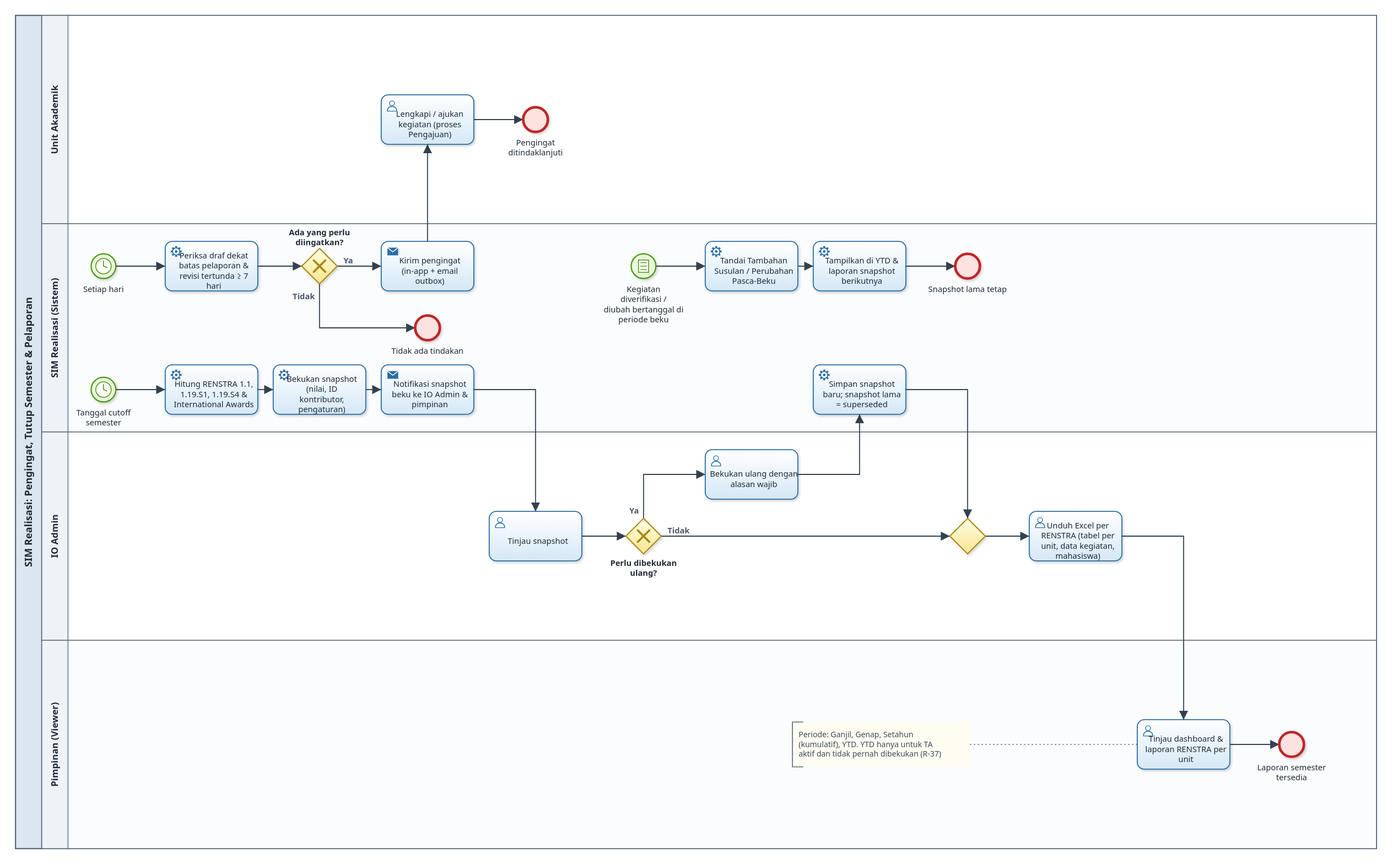
The BPMN diagram docs/bpmn/sim-realisasi-tutup-semester.svg in zefanyakharisma-cell/SIM_Realisasi, before a commit. Its source is kept beside it as docs/bpmn/sim-realisasi-tutup-semester.bpmn. Ids are renumbered.
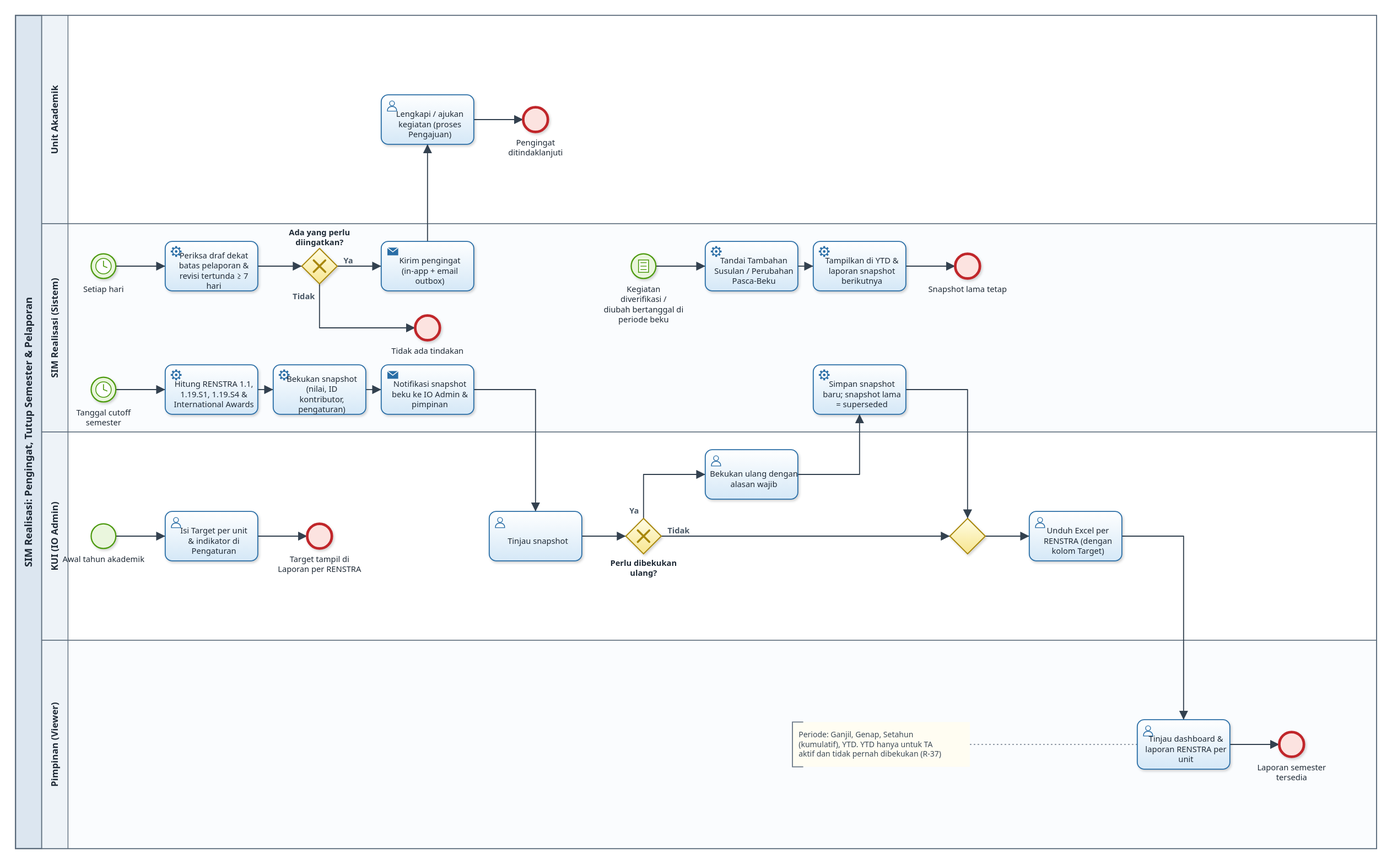
After the commit.

Commit message:
docs: business process and ERD follow Revisi V.1 round 2 and Target RENSTRA

The edit, as a diff of the source:
```diff
@@ -24,7 +24,10 @@
         <bpmn:flowNodeRef>t_next</bpmn:flowNodeRef>
         <bpmn:flowNodeRef>e_late</bpmn:flowNodeRef>
       </bpmn:lane>
-      <bpmn:lane id="lane_admin" name="IO Admin">
+      <bpmn:lane id="lane_admin" name="KUI (IO Admin)">
+        <bpmn:flowNodeRef>s_target</bpmn:flowNodeRef>
+        <bpmn:flowNodeRef>t_target</bpmn:flowNodeRef>
+        <bpmn:flowNodeRef>e_target</bpmn:flowNodeRef>
         <bpmn:flowNodeRef>t_check</bpmn:flowNodeRef>
         <bpmn:flowNodeRef>g_refreeze</bpmn:flowNodeRef>
         <bpmn:flowNodeRef>t_reason</bpmn:flowNodeRef>
@@ -77,55 +80,65 @@
     </bpmn:serviceTask>
     <bpmn:sendTask id="t_notify" name="Notifikasi snapshot beku ke IO Admin &amp; pimpinan">
       <bpmn:incoming>Flow_9</bpmn:incoming>
+      <bpmn:outgoing>Flow_12</bpmn:outgoing>
+    </bpmn:sendTask>
+    <bpmn:startEvent id="s_target" name="Awal tahun akademik">
       <bpmn:outgoing>Flow_10</bpmn:outgoing>
-    </bpmn:sendTask>
-    <bpmn:userTask id="t_check" name="Tinjau snapshot">
+    </bpmn:startEvent>
+    <bpmn:userTask id="t_target" name="Isi Target per unit &amp; indikator di Pengaturan">
       <bpmn:incoming>Flow_10</bpmn:incoming>
       <bpmn:outgoing>Flow_11</bpmn:outgoing>
     </bpmn:userTask>
+    <bpmn:endEvent id="e_target" name="Target tampil di Laporan per RENSTRA">
+      <bpmn:incoming>Flow_11</bpmn:incoming>
+    </bpmn:endEvent>
+    <bpmn:userTask id="t_check" name="Tinjau snapshot">
+      <bpmn:incoming>Flow_12</bpmn:incoming>
+      <bpmn:outgoing>Flow_13</bpmn:outgoing>
+    </bpmn:userTask>
     <bpmn:exclusiveGateway id="g_refreeze" name="Perlu dibekukan ulang?">
-      <bpmn:incoming>Flow_11</bpmn:incoming>
-      <bpmn:outgoing>Flow_12</bpmn:outgoing>
-      <bpmn:outgoing>Flow_13</bpmn:outgoing>
+      <bpmn:incoming>Flow_13</bpmn:incoming>
+      <bpmn:outgoing>Flow_14</bpmn:outgoing>
+      <bpmn:outgoing>Flow_15</bpmn:outgoing>
     </bpmn:exclusiveGateway>
     <bpmn:userTask id="t_reason" name="Bekukan ulang dengan alasan wajib">
-      <bpmn:incoming>Flow_12</bpmn:incoming>
-      <bpmn:outgoing>Flow_14</bpmn:outgoing>
+      <bpmn:incoming>Flow_14</bpmn:incoming>
+      <bpmn:outgoing>Flow_16</bpmn:outgoing>
     </bpmn:userTask>
     <bpmn:serviceTask id="t_supersede" name="Simpan snapshot baru; snapshot lama = superseded">
-      <bpmn:incoming>Flow_14</bpmn:incoming>
-      <bpmn:outgoing>Flow_15</bpmn:outgoing>
+      <bpmn:incoming>Flow_16</bpmn:incoming>
+      <bpmn:outgoing>Flow_17</bpmn:outgoing>
     </bpmn:serviceTask>
     <bpmn:exclusiveGateway id="g_m" name="">
-      <bpmn:incoming>Flow_13</bpmn:incoming>
       <bpmn:incoming>Flow_15</bpmn:incoming>
-      <bpmn:outgoing>Flow_16</bpmn:outgoing>
+      <bpmn:incoming>Flow_17</bpmn:incoming>
+      <bpmn:outgoing>Flow_18</bpmn:outgoing>
     </bpmn:exclusiveGateway>
-    <bpmn:userTask id="t_export" name="Unduh Excel per RENSTRA (tabel per unit, data kegiatan, mahasiswa)">
-      <bpmn:incoming>Flow_16</bpmn:incoming>
-      <bpmn:outgoing>Flow_17</bpmn:outgoing>
+    <bpmn:userTask id="t_export" name="Unduh Excel per RENSTRA (dengan kolom Target)">
+      <bpmn:incoming>Flow_18</bpmn:incoming>
+      <bpmn:outgoing>Flow_19</bpmn:outgoing>
     </bpmn:userTask>
     <bpmn:userTask id="t_dash" name="Tinjau dashboard &amp; laporan RENSTRA per unit">
-      <bpmn:incoming>Flow_17</bpmn:incoming>
-      <bpmn:outgoing>Flow_18</bpmn:outgoing>
+      <bpmn:incoming>Flow_19</bpmn:incoming>
+      <bpmn:outgoing>Flow_20</bpmn:outgoing>
     </bpmn:userTask>
     <bpmn:endEvent id="e_report" name="Laporan semester tersedia">
-      <bpmn:incoming>Flow_18</bpmn:incoming>
+      <bpmn:incoming>Flow_20</bpmn:incoming>
     </bpmn:endEvent>
     <bpmn:startEvent id="s_late" name="Kegiatan diverifikasi / diubah bertanggal di periode beku">
-      <bpmn:outgoing>Flow_19</bpmn:outgoing>
+      <bpmn:outgoing>Flow_21</bpmn:outgoing>
       <bpmn:conditionalEventDefinition id="s_late_def"><bpmn:condition xsi:type="bpmn:tFormalExpression">activity_date within frozen window</bpmn:condition></bpmn:conditionalEventDefinition>
     </bpmn:startEvent>
     <bpmn:serviceTask id="t_flag" name="Tandai Tambahan Susulan / Perubahan Pasca-Beku">
-      <bpmn:incoming>Flow_19</bpmn:incoming>
-      <bpmn:outgoing>Flow_20</bpmn:outgoing>
+      <bpmn:incoming>Flow_21</bpmn:incoming>
+      <bpmn:outgoing>Flow_22</bpmn:outgoing>
     </bpmn:serviceTask>
     <bpmn:serviceTask id="t_next" name="Tampilkan di YTD &amp; laporan snapshot berikutnya">
-      <bpmn:incoming>Flow_20</bpmn:incoming>
-      <bpmn:outgoing>Flow_21</bpmn:outgoing>
+      <bpmn:incoming>Flow_22</bpmn:incoming>
+      <bpmn:outgoing>Flow_23</bpmn:outgoing>
     </bpmn:serviceTask>
     <bpmn:endEvent id="e_late" name="Snapshot lama tetap">
-      <bpmn:incoming>Flow_21</bpmn:incoming>
+      <bpmn:incoming>Flow_23</bpmn:incoming>
     </bpmn:endEvent>
     <bpmn:sequenceFlow id="Flow_1" sourceRef="s_daily" targetRef="t_scan" />
     <bpmn:sequenceFlow id="Flow_2" sourceRef="t_scan" targetRef="g_due" />
@@ -136,18 +149,20 @@
     <bpmn:sequenceFlow id="Flow_7" sourceRef="s_cutoff" targetRef="t_calc" />
     <bpmn:sequenceFlow id="Flow_8" sourceRef="t_calc" targetRef="t_freeze" />
     <bpmn:sequenceFlow id="Flow_9" sourceRef="t_freeze" targetRef="t_notify" />
-    <bpmn:sequenceFlow id="Flow_10" sourceRef="t_notify" targetRef="t_check" />
-    <bpmn:sequenceFlow id="Flow_11" sourceRef="t_check" targetRef="g_refreeze" />
-    <bpmn:sequenceFlow id="Flow_12" name="Ya" sourceRef="g_refreeze" targetRef="t_reason" />
-    <bpmn:sequenceFlow id="Flow_13" name="Tidak" sourceRef="g_refreeze" targetRef="g_m" />
-    <bpmn:sequenceFlow id="Flow_14" sourceRef="t_reason" targetRef="t_supersede" />
-    <bpmn:sequenceFlow id="Flow_15" sourceRef="t_supersede" targetRef="g_m" />
-    <bpmn:sequenceFlow id="Flow_16" sourceRef="g_m" targetRef="t_export" />
-    <bpmn:sequenceFlow id="Flow_17" sourceRef="t_export" targetRef="t_dash" />
-    <bpmn:sequenceFlow id="Flow_18" sourceRef="t_dash" targetRef="e_report" />
-    <bpmn:sequenceFlow id="Flow_19" sourceRef="s_late" targetRef="t_flag" />
-    <bpmn:sequenceFlow id="Flow_20" sourceRef="t_flag" targetRef="t_next" />
-    <bpmn:sequenceFlow id="Flow_21" sourceRef="t_next" targetRef="e_late" />
+    <bpmn:sequenceFlow id="Flow_10" sourceRef="s_target" targetRef="t_target" />
+    <bpmn:sequenceFlow id="Flow_11" sourceRef="t_target" targetRef="e_target" />
+    <bpmn:sequenceFlow id="Flow_12" sourceRef="t_notify" targetRef="t_check" />
+    <bpmn:sequenceFlow id="Flow_13" sourceRef="t_check" targetRef="g_refreeze" />
+    <bpmn:sequenceFlow id="Flow_14" name="Ya" sourceRef="g_refreeze" targetRef="t_reason" />
+    <bpmn:sequenceFlow id="Flow_15" name="Tidak" sourceRef="g_refreeze" targetRef="g_m" />
+    <bpmn:sequenceFlow id="Flow_16" sourceRef="t_reason" targetRef="t_supersede" />
+    <bpmn:sequenceFlow id="Flow_17" sourceRef="t_supersede" targetRef="g_m" />
+    <bpmn:sequenceFlow id="Flow_18" sourceRef="g_m" targetRef="t_export" />
+    <bpmn:sequenceFlow id="Flow_19" sourceRef="t_export" targetRef="t_dash" />
+    <bpmn:sequenceFlow id="Flow_20" sourceRef="t_dash" targetRef="e_report" />
+    <bpmn:sequenceFlow id="Flow_21" sourceRef="s_late" targetRef="t_flag" />
+    <bpmn:sequenceFlow id="Flow_22" sourceRef="t_flag" targetRef="t_next" />
+    <bpmn:sequenceFlow id="Flow_23" sourceRef="t_next" targetRef="e_late" />
     <bpmn:textAnnotation id="note_period"><bpmn:text>Periode: Ganjil, Genap, Setahun (kumulatif), YTD. YTD hanya untuk TA aktif dan tidak pernah dibekukan (R-37)</bpmn:text></bpmn:textAnnotation>
     <bpmn:association id="note_period_assoc" sourceRef="note_period" targetRef="t_dash" />
   </bpmn:process>
@@ -169,6 +184,9 @@
       <bpmndi:BPMNShape id="t_calc_di" bpmnElement="t_calc"><dc:Bounds x="214" y="473" width="120" height="64" /></bpmndi:BPMNShape>
       <bpmndi:BPMNShape id="t_freeze_di" bpmnElement="t_freeze"><dc:Bounds x="354" y="473" width="120" height="64" /></bpmndi:BPMNShape>
       <bpmndi:BPMNShape id="t_notify_di" bpmnElement="t_notify"><dc:Bounds x="494" y="473" width="120" height="64" /></bpmndi:BPMNShape>
+      <bpmndi:BPMNShape id="s_target_di" bpmnElement="s_target"><dc:Bounds x="118" y="679" width="32" height="32" /></bpmndi:BPMNShape>
+      <bpmndi:BPMNShape id="t_target_di" bpmnElement="t_target"><dc:Bounds x="214" y="663" width="120" height="64" /></bpmndi:BPMNShape>
+      <bpmndi:BPMNShape id="e_target_di" bpmnElement="e_target"><dc:Bounds x="398" y="679" width="32" height="32" /></bpmndi:BPMNShape>
       <bpmndi:BPMNShape id="t_check_di" bpmnElement="t_check"><dc:Bounds x="634" y="663" width="120" height="64" /></bpmndi:BPMNShape>
       <bpmndi:BPMNShape id="g_refreeze_di" bpmnElement="g_refreeze" isMarkerVisible="true"><dc:Bounds x="811" y="672" width="46" height="46" /></bpmndi:BPMNShape>
       <bpmndi:BPMNShape id="t_reason_di" bpmnElement="t_reason"><dc:Bounds x="914" y="583" width="120" height="64" /></bpmndi:BPMNShape>
@@ -190,18 +208,20 @@
       <bpmndi:BPMNEdge id="Flow_7_di" bpmnElement="Flow_7"><di:waypoint x="150" y="505" /><di:waypoint x="214" y="505" /></bpmndi:BPMNEdge>
       <bpmndi:BPMNEdge id="Flow_8_di" bpmnElement="Flow_8"><di:waypoint x="334" y="505" /><di:waypoint x="354" y="505" /></bpmndi:BPMNEdge>
       <bpmndi:BPMNEdge id="Flow_9_di" bpmnElement="Flow_9"><di:waypoint x="474" y="505" /><di:waypoint x="494" y="505" /></bpmndi:BPMNEdge>
-      <bpmndi:BPMNEdge id="Flow_10_di" bpmnElement="Flow_10"><di:waypoint x="614" y="505" /><di:waypoint x="694" y="505" /><di:waypoint x="694" y="663" /></bpmndi:BPMNEdge>
-      <bpmndi:BPMNEdge id="Flow_11_di" bpmnElement="Flow_11"><di:waypoint x="754" y="695" /><di:waypoint x="811" y="695" /></bpmndi:BPMNEdge>
-      <bpmndi:BPMNEdge id="Flow_12_di" bpmnElement="Flow_12"><di:waypoint x="834" y="672" /><di:waypoint x="834" y="615" /><di:waypoint x="914" y="615" /></bpmndi:BPMNEdge>
-      <bpmndi:BPMNEdge id="Flow_13_di" bpmnElement="Flow_13"><di:waypoint x="857" y="695" /><di:waypoint x="1231" y="695" /></bpmndi:BPMNEdge>
-      <bpmndi:BPMNEdge id="Flow_14_di" bpmnElement="Flow_14"><di:waypoint x="1034" y="615" /><di:waypoint x="1114" y="615" /><di:waypoint x="1114" y="537" /></bpmndi:BPMNEdge>
-      <bpmndi:BPMNEdge id="Flow_15_di" bpmnElement="Flow_15"><di:waypoint x="1174" y="505" /><di:waypoint x="1254" y="505" /><di:waypoint x="1254" y="672" /></bpmndi:BPMNEdge>
-      <bpmndi:BPMNEdge id="Flow_16_di" bpmnElement="Flow_16"><di:waypoint x="1277" y="695" /><di:waypoint x="1334" y="695" /></bpmndi:BPMNEdge>
-      <bpmndi:BPMNEdge id="Flow_17_di" bpmnElement="Flow_17"><di:waypoint x="1454" y="695" /><di:waypoint x="1534" y="695" /><di:waypoint x="1534" y="933" /></bpmndi:BPMNEdge>
-      <bpmndi:BPMNEdge id="Flow_18_di" bpmnElement="Flow_18"><di:waypoint x="1594" y="965" /><di:waypoint x="1658" y="965" /></bpmndi:BPMNEdge>
-      <bpmndi:BPMNEdge id="Flow_19_di" bpmnElement="Flow_19"><di:waypoint x="850" y="345" /><di:waypoint x="914" y="345" /></bpmndi:BPMNEdge>
-      <bpmndi:BPMNEdge id="Flow_20_di" bpmnElement="Flow_20"><di:waypoint x="1034" y="345" /><di:waypoint x="1054" y="345" /></bpmndi:BPMNEdge>
-      <bpmndi:BPMNEdge id="Flow_21_di" bpmnElement="Flow_21"><di:waypoint x="1174" y="345" /><di:waypoint x="1238" y="345" /></bpmndi:BPMNEdge>
+      <bpmndi:BPMNEdge id="Flow_10_di" bpmnElement="Flow_10"><di:waypoint x="150" y="695" /><di:waypoint x="214" y="695" /></bpmndi:BPMNEdge>
+      <bpmndi:BPMNEdge id="Flow_11_di" bpmnElement="Flow_11"><di:waypoint x="334" y="695" /><di:waypoint x="398" y="695" /></bpmndi:BPMNEdge>
+      <bpmndi:BPMNEdge id="Flow_12_di" bpmnElement="Flow_12"><di:waypoint x="614" y="505" /><di:waypoint x="694" y="505" /><di:waypoint x="694" y="663" /></bpmndi:BPMNEdge>
+      <bpmndi:BPMNEdge id="Flow_13_di" bpmnElement="Flow_13"><di:waypoint x="754" y="695" /><di:waypoint x="811" y="695" /></bpmndi:BPMNEdge>
+      <bpmndi:BPMNEdge id="Flow_14_di" bpmnElement="Flow_14"><di:waypoint x="834" y="672" /><di:waypoint x="834" y="615" /><di:waypoint x="914" y="615" /></bpmndi:BPMNEdge>
+      <bpmndi:BPMNEdge id="Flow_15_di" bpmnElement="Flow_15"><di:waypoint x="857" y="695" /><di:waypoint x="1231" y="695" /></bpmndi:BPMNEdge>
+      <bpmndi:BPMNEdge id="Flow_16_di" bpmnElement="Flow_16"><di:waypoint x="1034" y="615" /><di:waypoint x="1114" y="615" /><di:waypoint x="1114" y="537" /></bpmndi:BPMNEdge>
+      <bpmndi:BPMNEdge id="Flow_17_di" bpmnElement="Flow_17"><di:waypoint x="1174" y="505" /><di:waypoint x="1254" y="505" /><di:waypoint x="1254" y="672" /></bpmndi:BPMNEdge>
+      <bpmndi:BPMNEdge id="Flow_18_di" bpmnElement="Flow_18"><di:waypoint x="1277" y="695" /><di:waypoint x="1334" y="695" /></bpmndi:BPMNEdge>
+      <bpmndi:BPMNEdge id="Flow_19_di" bpmnElement="Flow_19"><di:waypoint x="1454" y="695" /><di:waypoint x="1534" y="695" /><di:waypoint x="1534" y="933" /></bpmndi:BPMNEdge>
+      <bpmndi:BPMNEdge id="Flow_20_di" bpmnElement="Flow_20"><di:waypoint x="1594" y="965" /><di:waypoint x="1658" y="965" /></bpmndi:BPMNEdge>
+      <bpmndi:BPMNEdge id="Flow_21_di" bpmnElement="Flow_21"><di:waypoint x="850" y="345" /><di:waypoint x="914" y="345" /></bpmndi:BPMNEdge>
+      <bpmndi:BPMNEdge id="Flow_22_di" bpmnElement="Flow_22"><di:waypoint x="1034" y="345" /><di:waypoint x="1054" y="345" /></bpmndi:BPMNEdge>
+      <bpmndi:BPMNEdge id="Flow_23_di" bpmnElement="Flow_23"><di:waypoint x="1174" y="345" /><di:waypoint x="1238" y="345" /></bpmndi:BPMNEdge>
       <bpmndi:BPMNShape id="note_period_di" bpmnElement="note_period"><dc:Bounds x="1027" y="936" width="230" height="58" /></bpmndi:BPMNShape>
       <bpmndi:BPMNEdge id="note_period_assoc_di" bpmnElement="note_period_assoc"><di:waypoint x="1257" y="965" /><di:waypoint x="1474" y="965" /></bpmndi:BPMNEdge>
     </bpmndi:BPMNPlane>
```
